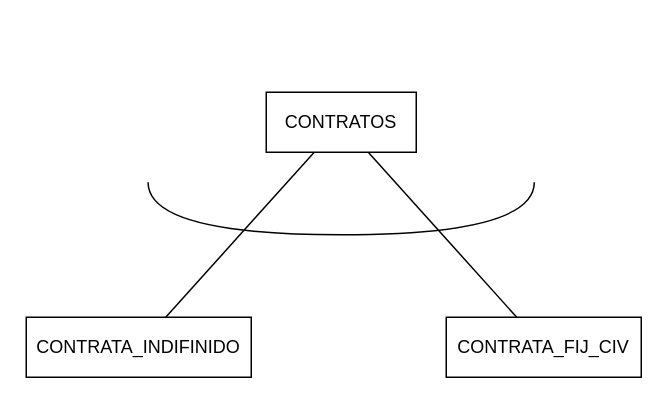
tomyivan/diagramas-DB keeps this draw.io diagram as Diagrama SRH.drawio. Above is the earlier version. Source tidied: cells renumbered, new cells numbered last; positions are measured from the earlier drawing's top-left corner, leaving out a move shared by most shapes. Both pictures are drawn from the tidied source at 150%, with x=0, y=0 at pixel (26, 92).
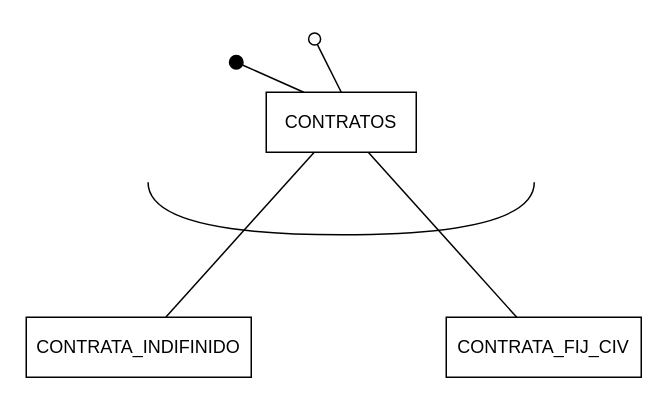
The same diagram, later.

Diff of the diagram source:
```diff
@@
 <mxGraphModel>
   <root>
     <mxCell id="0" />
     <mxCell id="1" parent="0" />
     <mxCell id="2" value="CONTRATOS" style="whiteSpace=wrap;html=1;align=center;" parent="1" vertex="1">
       <mxGeometry x="160" width="100" height="40" as="geometry" />
     </mxCell>
     <mxCell id="3" value="CONTRATA_INDIFINIDO" style="whiteSpace=wrap;html=1;align=center;" parent="1" vertex="1">
       <mxGeometry y="150" width="150" height="40" as="geometry" />
     </mxCell>
     <mxCell id="4" value="CONTRATA_FIJ_CIV" style="whiteSpace=wrap;html=1;align=center;" parent="1" vertex="1">
       <mxGeometry x="280" y="150" width="130" height="40" as="geometry" />
     </mxCell>
     <mxCell id="5" style="endArrow=none;html=1;rounded=0;" parent="1" edge="1" source="3" target="2">
       <mxGeometry relative="1" as="geometry" />
     </mxCell>
     <mxCell id="6" style="endArrow=none;html=1;rounded=0;" parent="1" edge="1" source="4" target="2">
       <mxGeometry relative="1" as="geometry" />
     </mxCell>
     <mxCell id="7" style="shape=requiredInterface;html=1;verticalLabelPosition=bottom;sketch=0;direction=south;" parent="1" vertex="1">
       <mxGeometry x="81.2" y="60" width="257.5" height="35" as="geometry" />
     </mxCell>
+    <mxCell id="8" style="endArrow=circle;html=1;rounded=0;strokeColor=default;shadow=0;startFill=0;fillOpacity=100;endFill=0;snapToPoint=1;fixDash=1;backgroundOutline=1;comic=0;jiggle=1;enumerate=0;orthogonal=0;strokeOpacity=100;arcSize=210;startArrow=none;strokeWidth=1;startSize=0;endSize=3;" parent="1" edge="1" source="2">
+      <mxGeometry relative="1" as="geometry">
+        <mxPoint x="190" y="-40" as="targetPoint" />
+      </mxGeometry>
+    </mxCell>
+    <mxCell id="9" style="endArrow=none;html=1;rounded=0;shadow=0;startFill=1;fillOpacity=100;endFill=1;snapToPoint=1;fixDash=1;backgroundOutline=1;comic=0;jiggle=1;enumerate=0;orthogonal=0;strokeOpacity=100;arcSize=210;startArrow=oval;strokeWidth=1;startSize=9;" parent="1" edge="1" target="2">
+      <mxGeometry relative="1" as="geometry">
+        <mxPoint x="140" y="-20" as="sourcePoint" />
+      </mxGeometry>
+    </mxCell>
   </root>
 </mxGraphModel>
```
